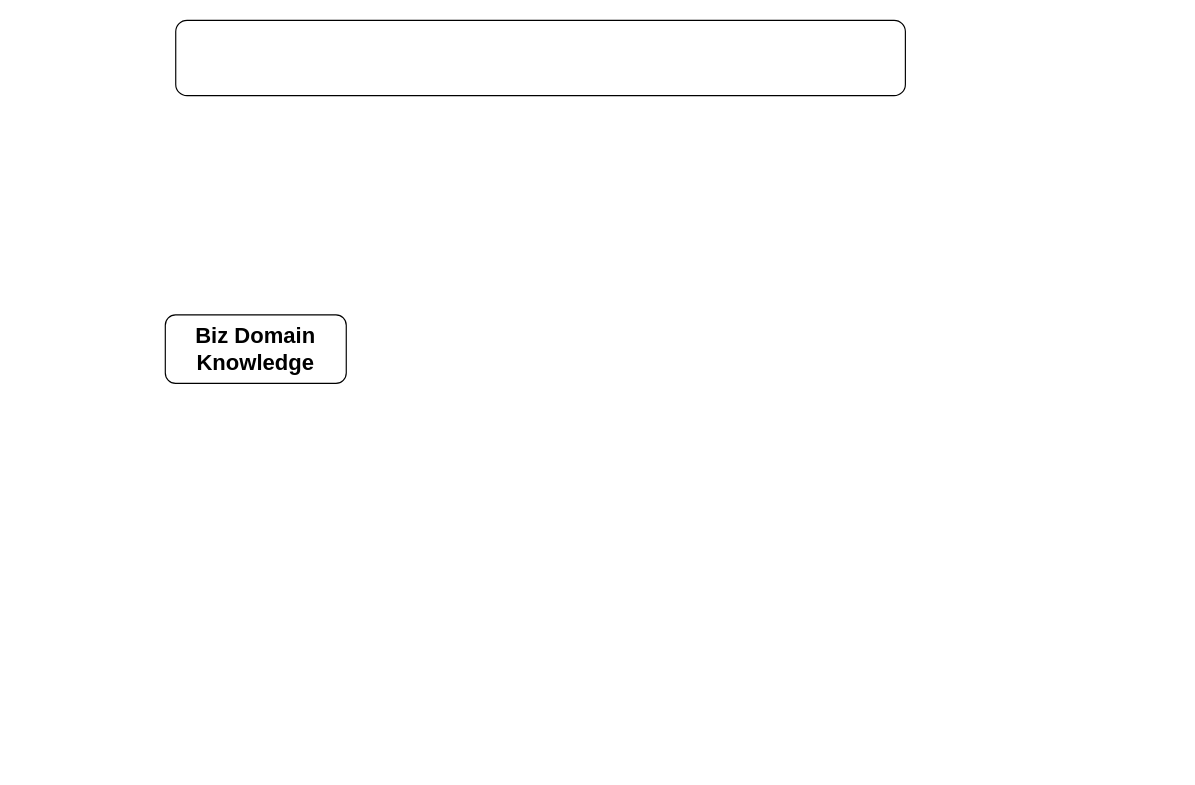
Before: Untitled Diagram.drawio in WTZPT/conceptMaps, a draw.io diagram. Source tidied: cells renumbered, new cells numbered last; positions are measured from the earlier drawing's top-left corner, leaving out a move shared by most shapes. Both pictures are drawn from the tidied source at 116%, with x=0, y=0 at pixel (165, 20).
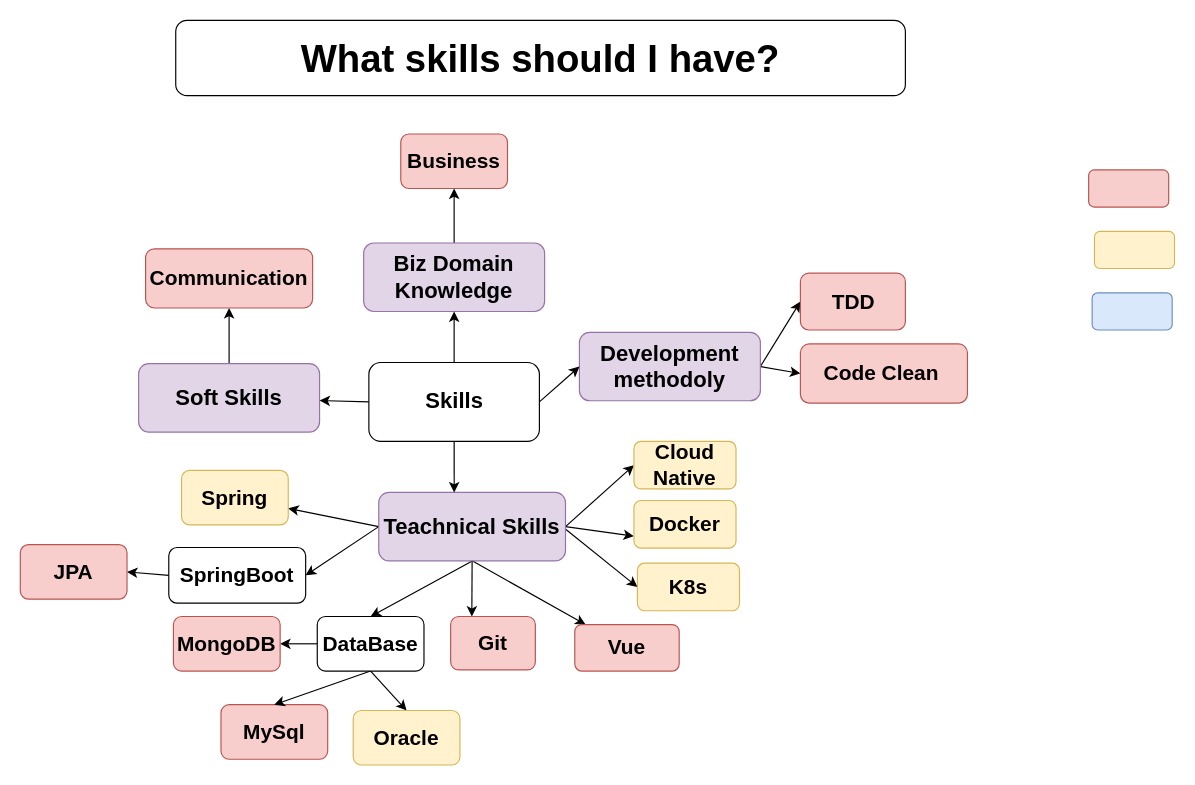
The same diagram, later.

The edit, as a diff of the source:
```diff
@@
-    <mxCell id="2" style="rounded=1;whiteSpace=wrap;html=1;" parent="1" vertex="1">
+    <mxCell id="2" value="&lt;font size=&quot;1&quot;&gt;&lt;b style=&quot;font-size: 33px&quot;&gt;What skills should I have?&lt;/b&gt;&lt;/font&gt;" style="rounded=1;whiteSpace=wrap;html=1;" parent="1" vertex="1">
       <mxGeometry x="9" width="629" height="65" as="geometry" />
     </mxCell>
+    <mxCell id="4" style="edgeStyle=orthogonalEdgeStyle;rounded=0;jettySize=auto;html=1;exitX=0.5;exitY=0;exitDx=0;exitDy=0;" parent="1" edge="1" source="3" target="5">
+      <mxGeometry relative="1" as="geometry" />
+    </mxCell>
-    <mxCell id="3" value="&lt;b&gt;&lt;font style=&quot;font-size: 19px&quot;&gt;Biz Domain Knowledge&lt;/font&gt;&lt;/b&gt;" style="rounded=1;whiteSpace=wrap;html=1;" parent="1" vertex="1">
-      <mxGeometry y="254" width="156" height="59" as="geometry" />
+    <mxCell id="3" value="&lt;b&gt;&lt;font style=&quot;font-size: 19px&quot;&gt;Biz Domain Knowledge&lt;/font&gt;&lt;/b&gt;" style="rounded=1;whiteSpace=wrap;html=1;fillColor=#e1d5e7;strokeColor=#9673a6;" parent="1" vertex="1">
+      <mxGeometry x="171" y="192" width="156" height="59" as="geometry" />
     </mxCell>
+    <mxCell id="5" value="&lt;b&gt;&lt;font style=&quot;font-size: 18px&quot;&gt;Business&lt;/font&gt;&lt;/b&gt;" style="rounded=1;whiteSpace=wrap;html=1;fillColor=#f8cecc;strokeColor=#b85450;" parent="1" vertex="1">
+      <mxGeometry x="203" y="98" width="92" height="47" as="geometry" />
+    </mxCell>
+    <mxCell id="6" style="rounded=0;jettySize=auto;html=1;exitX=0;exitY=0.5;exitDx=0;exitDy=0;" parent="1" edge="1" source="14" target="23">
+      <mxGeometry relative="1" as="geometry" />
+    </mxCell>
+    <mxCell id="7" style="edgeStyle=none;rounded=0;jettySize=auto;html=1;exitX=0;exitY=0.5;exitDx=0;exitDy=0;entryX=1;entryY=0.5;entryDx=0;entryDy=0;" parent="1" edge="1" source="14" target="25">
+      <mxGeometry relative="1" as="geometry" />
+    </mxCell>
+    <mxCell id="8" style="edgeStyle=none;rounded=0;jettySize=auto;html=1;entryX=0.5;entryY=0;entryDx=0;entryDy=0;" parent="1" edge="1" target="31">
+      <mxGeometry relative="1" as="geometry">
+        <mxPoint x="265" y="466" as="sourcePoint" />
+      </mxGeometry>
+    </mxCell>
+    <mxCell id="9" style="edgeStyle=none;rounded=0;jettySize=auto;html=1;exitX=0.5;exitY=1;exitDx=0;exitDy=0;entryX=0.25;entryY=0;entryDx=0;entryDy=0;" parent="1" edge="1" source="14" target="35">
+      <mxGeometry relative="1" as="geometry" />
+    </mxCell>
+    <mxCell id="10" style="edgeStyle=none;rounded=0;jettySize=auto;html=1;exitX=0.5;exitY=1;exitDx=0;exitDy=0;" parent="1" edge="1" source="14" target="26">
+      <mxGeometry relative="1" as="geometry" />
+    </mxCell>
+    <mxCell id="11" style="edgeStyle=none;rounded=0;jettySize=auto;html=1;entryX=0;entryY=0.5;entryDx=0;entryDy=0;" parent="1" edge="1" target="36">
+      <mxGeometry relative="1" as="geometry">
+        <mxPoint x="343" y="437" as="sourcePoint" />
+      </mxGeometry>
+    </mxCell>
+    <mxCell id="12" style="edgeStyle=none;rounded=0;jettySize=auto;html=1;exitX=1;exitY=0.5;exitDx=0;exitDy=0;entryX=0;entryY=0.75;entryDx=0;entryDy=0;" parent="1" edge="1" source="14" target="38">
+      <mxGeometry relative="1" as="geometry" />
+    </mxCell>
+    <mxCell id="13" style="edgeStyle=none;rounded=0;jettySize=auto;html=1;exitX=1;exitY=0.5;exitDx=0;exitDy=0;entryX=0;entryY=0.5;entryDx=0;entryDy=0;" parent="1" edge="1" source="14" target="37">
+      <mxGeometry relative="1" as="geometry" />
+    </mxCell>
+    <mxCell id="14" value="&lt;b&gt;&lt;font style=&quot;font-size: 19px&quot;&gt;Teachnical Skills&lt;/font&gt;&lt;/b&gt;" style="rounded=1;whiteSpace=wrap;html=1;fillColor=#e1d5e7;strokeColor=#9673a6;" parent="1" vertex="1">
+      <mxGeometry x="184" y="407" width="161" height="59" as="geometry" />
+    </mxCell>
+    <mxCell id="15" style="edgeStyle=orthogonalEdgeStyle;rounded=0;jettySize=auto;html=1;exitX=0.5;exitY=0;exitDx=0;exitDy=0;entryX=0.5;entryY=1;entryDx=0;entryDy=0;" parent="1" edge="1" source="16" target="20">
+      <mxGeometry relative="1" as="geometry" />
+    </mxCell>
+    <mxCell id="16" value="&lt;b&gt;&lt;font style=&quot;font-size: 19px&quot;&gt;Soft Skills&lt;/font&gt;&lt;/b&gt;" style="rounded=1;whiteSpace=wrap;html=1;fillColor=#e1d5e7;strokeColor=#9673a6;" parent="1" vertex="1">
+      <mxGeometry x="-23" y="296" width="156" height="59" as="geometry" />
+    </mxCell>
+    <mxCell id="17" style="edgeStyle=none;rounded=0;jettySize=auto;html=1;exitX=1;exitY=0.5;exitDx=0;exitDy=0;entryX=0;entryY=0.5;entryDx=0;entryDy=0;" parent="1" edge="1" source="19" target="22">
+      <mxGeometry relative="1" as="geometry" />
+    </mxCell>
+    <mxCell id="18" style="edgeStyle=none;rounded=0;jettySize=auto;html=1;exitX=1;exitY=0.5;exitDx=0;exitDy=0;entryX=0;entryY=0.5;entryDx=0;entryDy=0;" parent="1" edge="1" source="19" target="21">
+      <mxGeometry relative="1" as="geometry" />
+    </mxCell>
+    <mxCell id="19" value="&lt;b&gt;&lt;font style=&quot;font-size: 19px&quot;&gt;Development methodoly&lt;/font&gt;&lt;/b&gt;" style="rounded=1;whiteSpace=wrap;html=1;fillColor=#e1d5e7;strokeColor=#9673a6;" parent="1" vertex="1">
+      <mxGeometry x="357" y="269" width="156" height="59" as="geometry" />
+    </mxCell>
+    <mxCell id="20" value="&lt;b&gt;&lt;font style=&quot;font-size: 18px&quot;&gt;Communication&lt;/font&gt;&lt;/b&gt;" style="rounded=1;whiteSpace=wrap;html=1;fillColor=#f8cecc;strokeColor=#b85450;" parent="1" vertex="1">
+      <mxGeometry x="-17" y="197" width="144" height="51" as="geometry" />
+    </mxCell>
+    <mxCell id="21" value="&lt;b&gt;&lt;font style=&quot;font-size: 18px&quot;&gt;Code Clean&amp;nbsp;&lt;/font&gt;&lt;/b&gt;" style="rounded=1;whiteSpace=wrap;html=1;fillColor=#f8cecc;strokeColor=#b85450;" parent="1" vertex="1">
+      <mxGeometry x="547.5" y="279" width="144" height="51" as="geometry" />
+    </mxCell>
+    <mxCell id="22" value="&lt;b&gt;&lt;font style=&quot;font-size: 18px&quot;&gt;TDD&lt;/font&gt;&lt;/b&gt;" style="rounded=1;whiteSpace=wrap;html=1;fillColor=#f8cecc;strokeColor=#b85450;" parent="1" vertex="1">
+      <mxGeometry x="547.5" y="218" width="90.5" height="49" as="geometry" />
+    </mxCell>
+    <mxCell id="23" value="&lt;b&gt;&lt;font style=&quot;font-size: 18px&quot;&gt;Spring&lt;/font&gt;&lt;/b&gt;" style="rounded=1;whiteSpace=wrap;html=1;fillColor=#fff2cc;strokeColor=#d6b656;" parent="1" vertex="1">
+      <mxGeometry x="14" y="388" width="92" height="47" as="geometry" />
+    </mxCell>
+    <mxCell id="24" style="edgeStyle=none;rounded=0;jettySize=auto;html=1;exitX=0;exitY=0.5;exitDx=0;exitDy=0;entryX=1;entryY=0.5;entryDx=0;entryDy=0;" parent="1" edge="1" source="25" target="34">
+      <mxGeometry relative="1" as="geometry" />
+    </mxCell>
+    <mxCell id="25" value="&lt;b&gt;&lt;font style=&quot;font-size: 18px&quot;&gt;SpringBoot&lt;/font&gt;&lt;/b&gt;" style="rounded=1;whiteSpace=wrap;html=1;" parent="1" vertex="1">
+      <mxGeometry x="3" y="454.5" width="118" height="48" as="geometry" />
+    </mxCell>
+    <mxCell id="26" value="&lt;b&gt;&lt;font style=&quot;font-size: 18px&quot;&gt;Vue&lt;/font&gt;&lt;/b&gt;" style="rounded=1;whiteSpace=wrap;html=1;fillColor=#f8cecc;strokeColor=#b85450;" parent="1" vertex="1">
+      <mxGeometry x="353" y="521" width="90" height="40" as="geometry" />
+    </mxCell>
+    <mxCell id="27" value="&lt;b&gt;&lt;font style=&quot;font-size: 18px&quot;&gt;MySql&lt;/font&gt;&lt;/b&gt;" style="rounded=1;whiteSpace=wrap;html=1;fillColor=#f8cecc;strokeColor=#b85450;" parent="1" vertex="1">
+      <mxGeometry x="48" y="590" width="92" height="47" as="geometry" />
+    </mxCell>
+    <mxCell id="28" style="edgeStyle=none;rounded=0;jettySize=auto;html=1;exitX=0;exitY=0.5;exitDx=0;exitDy=0;" parent="1" edge="1" source="31" target="32">
+      <mxGeometry relative="1" as="geometry" />
+    </mxCell>
+    <mxCell id="29" style="edgeStyle=none;rounded=0;jettySize=auto;html=1;exitX=0.5;exitY=1;exitDx=0;exitDy=0;entryX=0.5;entryY=0;entryDx=0;entryDy=0;" parent="1" edge="1" source="31" target="27">
+      <mxGeometry relative="1" as="geometry" />
+    </mxCell>
+    <mxCell id="30" style="edgeStyle=none;rounded=0;jettySize=auto;html=1;exitX=0.5;exitY=1;exitDx=0;exitDy=0;entryX=0.5;entryY=0;entryDx=0;entryDy=0;" parent="1" edge="1" source="31" target="33">
+      <mxGeometry relative="1" as="geometry" />
+    </mxCell>
+    <mxCell id="31" value="&lt;b&gt;&lt;font style=&quot;font-size: 18px&quot;&gt;DataBase&lt;/font&gt;&lt;/b&gt;" style="rounded=1;whiteSpace=wrap;html=1;" parent="1" vertex="1">
+      <mxGeometry x="131" y="514" width="92" height="47" as="geometry" />
+    </mxCell>
+    <mxCell id="32" value="&lt;b&gt;&lt;font style=&quot;font-size: 18px&quot;&gt;MongoDB&lt;/font&gt;&lt;/b&gt;" style="rounded=1;whiteSpace=wrap;html=1;fillColor=#f8cecc;strokeColor=#b85450;" parent="1" vertex="1">
+      <mxGeometry x="7" y="514" width="92" height="47" as="geometry" />
+    </mxCell>
+    <mxCell id="33" value="&lt;b&gt;&lt;font style=&quot;font-size: 18px&quot;&gt;Oracle&lt;/font&gt;&lt;/b&gt;" style="rounded=1;whiteSpace=wrap;html=1;fillColor=#fff2cc;strokeColor=#d6b656;" parent="1" vertex="1">
+      <mxGeometry x="162" y="595" width="92" height="47" as="geometry" />
+    </mxCell>
+    <mxCell id="34" value="&lt;span style=&quot;font-size: 18px&quot;&gt;&lt;b&gt;JPA&lt;/b&gt;&lt;/span&gt;" style="rounded=1;whiteSpace=wrap;html=1;fillColor=#f8cecc;strokeColor=#b85450;" parent="1" vertex="1">
+      <mxGeometry x="-125" y="452" width="92" height="47" as="geometry" />
+    </mxCell>
+    <mxCell id="35" value="&lt;b&gt;&lt;font style=&quot;font-size: 18px&quot;&gt;Git&lt;/font&gt;&lt;/b&gt;" style="rounded=1;whiteSpace=wrap;html=1;fillColor=#f8cecc;strokeColor=#b85450;" parent="1" vertex="1">
+      <mxGeometry x="246" y="514" width="73" height="46" as="geometry" />
+    </mxCell>
+    <mxCell id="36" value="&lt;b&gt;&lt;font style=&quot;font-size: 18px&quot;&gt;K8s&lt;/font&gt;&lt;/b&gt;" style="rounded=1;whiteSpace=wrap;html=1;fillColor=#fff2cc;strokeColor=#d6b656;" parent="1" vertex="1">
+      <mxGeometry x="407" y="468" width="88" height="41" as="geometry" />
+    </mxCell>
+    <mxCell id="37" value="&lt;b&gt;&lt;font style=&quot;font-size: 18px&quot;&gt;Cloud Native&lt;/font&gt;&lt;/b&gt;" style="rounded=1;whiteSpace=wrap;html=1;fillColor=#fff2cc;strokeColor=#d6b656;" parent="1" vertex="1">
+      <mxGeometry x="404" y="363" width="88" height="41" as="geometry" />
+    </mxCell>
+    <mxCell id="38" value="&lt;b&gt;&lt;font style=&quot;font-size: 18px&quot;&gt;Docker&lt;/font&gt;&lt;/b&gt;" style="rounded=1;whiteSpace=wrap;html=1;fillColor=#fff2cc;strokeColor=#d6b656;" parent="1" vertex="1">
+      <mxGeometry x="404" y="414" width="88" height="41" as="geometry" />
+    </mxCell>
+    <mxCell id="39" style="rounded=1;whiteSpace=wrap;html=1;fillColor=#f8cecc;strokeColor=#b85450;" parent="1" vertex="1">
+      <mxGeometry x="796" y="129" width="69" height="32" as="geometry" />
+    </mxCell>
+    <mxCell id="40" style="rounded=1;whiteSpace=wrap;html=1;fillColor=#fff2cc;strokeColor=#d6b656;" parent="1" vertex="1">
+      <mxGeometry x="801" y="182" width="69" height="32" as="geometry" />
+    </mxCell>
+    <mxCell id="41" style="rounded=1;whiteSpace=wrap;html=1;fillColor=#dae8fc;strokeColor=#6c8ebf;" parent="1" vertex="1">
+      <mxGeometry x="799" y="235" width="69" height="32" as="geometry" />
+    </mxCell>
+    <mxCell id="42" style="edgeStyle=none;rounded=0;jettySize=auto;html=1;exitX=0.5;exitY=0;exitDx=0;exitDy=0;entryX=0.5;entryY=1;entryDx=0;entryDy=0;" parent="1" edge="1" source="46" target="3">
+      <mxGeometry relative="1" as="geometry" />
+    </mxCell>
+    <mxCell id="43" style="edgeStyle=none;rounded=0;jettySize=auto;html=1;exitX=1;exitY=0.5;exitDx=0;exitDy=0;entryX=0;entryY=0.5;entryDx=0;entryDy=0;" parent="1" edge="1" source="46" target="19">
+      <mxGeometry relative="1" as="geometry" />
+    </mxCell>
+    <mxCell id="44" style="edgeStyle=none;rounded=0;jettySize=auto;html=1;exitX=0.5;exitY=1;exitDx=0;exitDy=0;entryX=0.404;entryY=0;entryDx=0;entryDy=0;entryPerimeter=0;" parent="1" edge="1" source="46" target="14">
+      <mxGeometry relative="1" as="geometry" />
+    </mxCell>
+    <mxCell id="45" style="edgeStyle=none;rounded=0;jettySize=auto;html=1;exitX=0;exitY=0.5;exitDx=0;exitDy=0;" parent="1" edge="1" source="46" target="16">
+      <mxGeometry relative="1" as="geometry" />
+    </mxCell>
+    <mxCell id="46" value="&lt;b&gt;&lt;font style=&quot;font-size: 19px&quot;&gt;Skills&lt;/font&gt;&lt;/b&gt;" style="rounded=1;whiteSpace=wrap;html=1;" parent="1" vertex="1">
+      <mxGeometry x="175.5" y="295" width="147" height="68" as="geometry" />
+    </mxCell>
```
